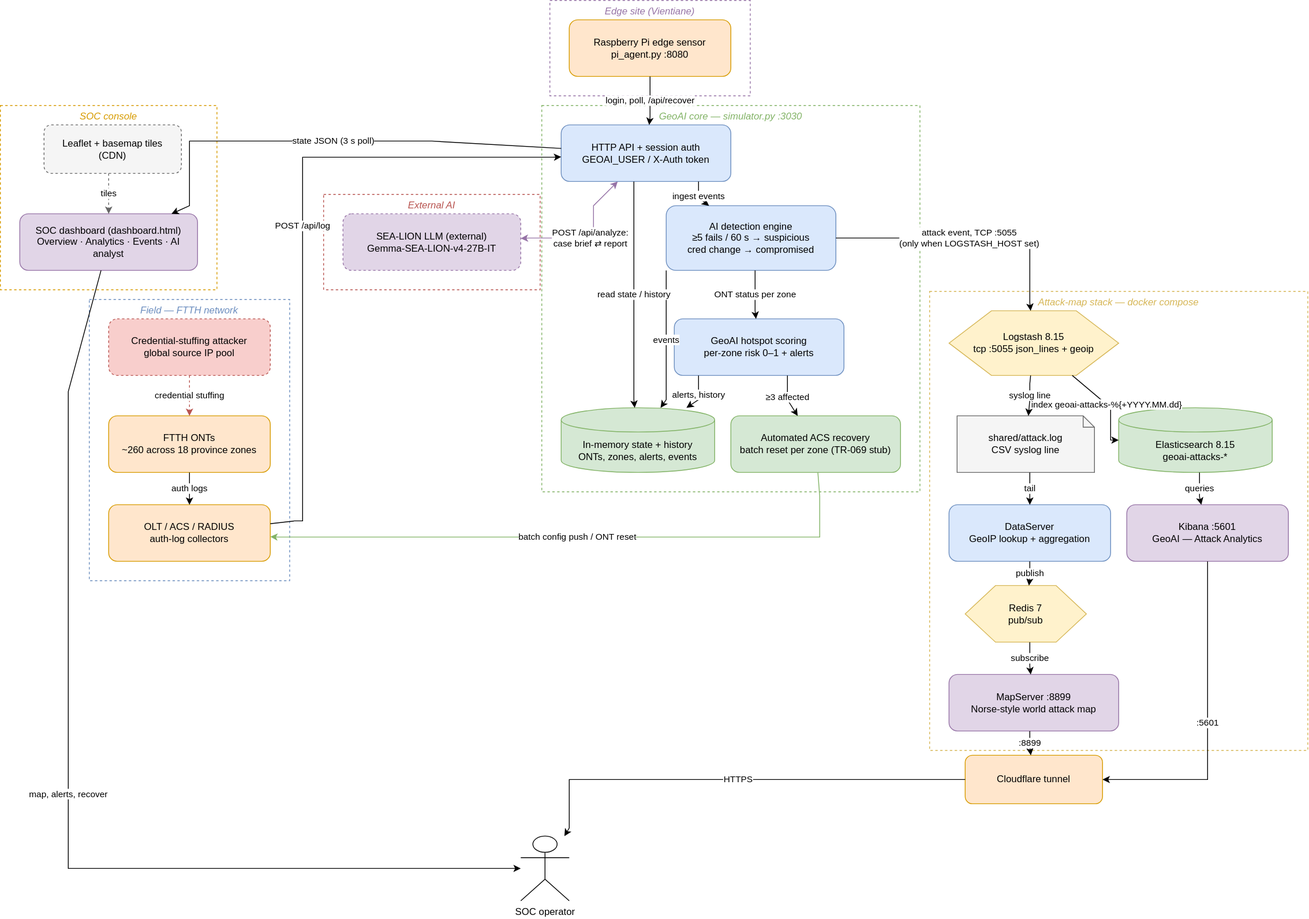
Earlier version of the draw.io export docs/architecture.svg (phonepadith/HACK_LA_127). Source tidied: cells renumbered, new cells last; positions are measured from the earlier drawing's top-left corner, leaving out a move shared by most shapes.
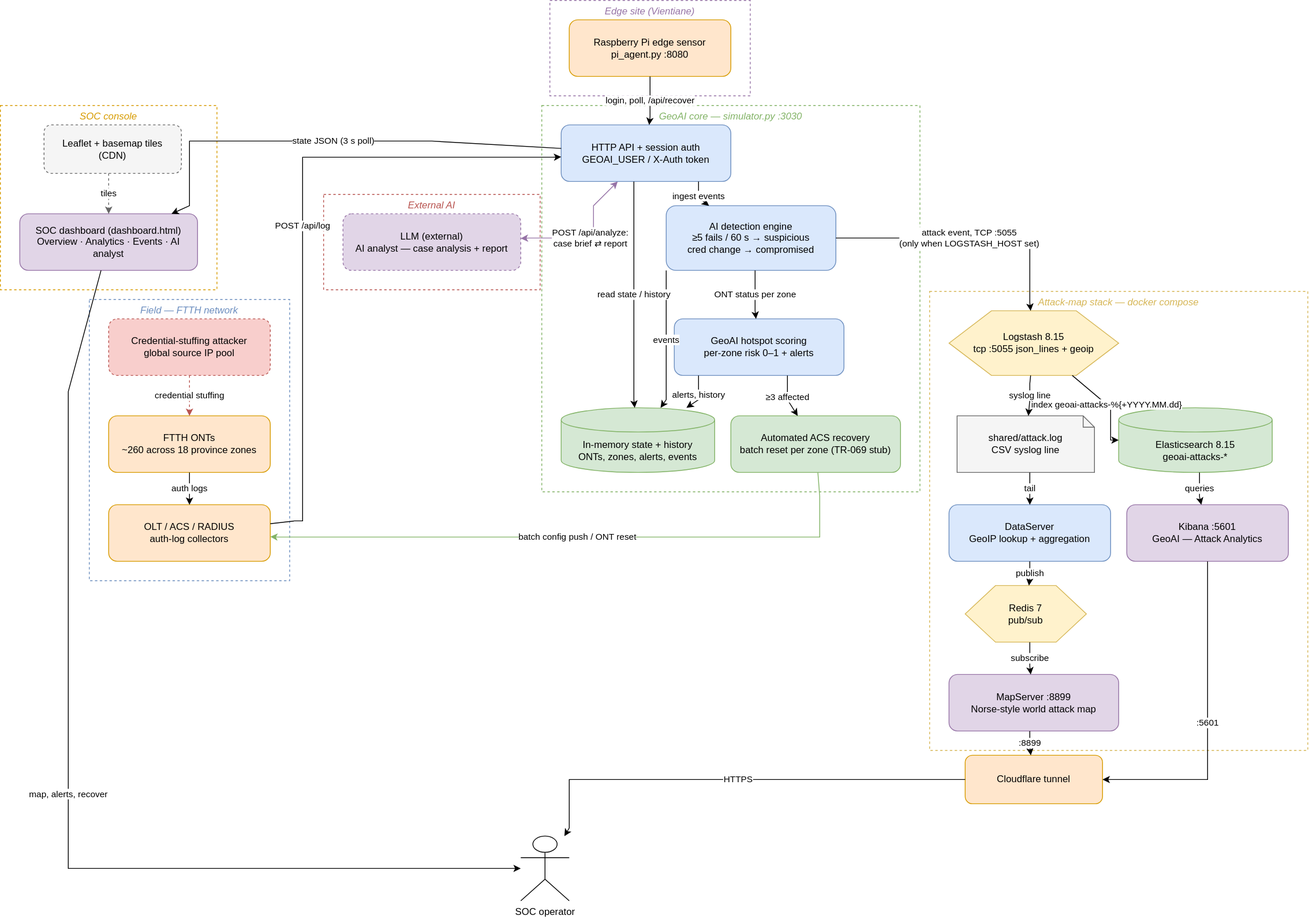
The same diagram one commit later.

Commit message:
Architecture diagram: label the external model generically as LLM

The edit, as a diff of the source:
```diff
@@ -35,7 +35,7 @@
     <mxCell id="12" value="External AI" style="rounded=0;whiteSpace=wrap;html=1;fillColor=none;strokeColor=#b85450;fontColor=#b85450;verticalAlign=top;fontStyle=2;dashed=1;" parent="1" vertex="1">
       <mxGeometry x="400" y="240" width="268" height="118" as="geometry" />
     </mxCell>
-    <mxCell id="13" value="SEA-LION LLM (external)&#10;Gemma-SEA-LION-v4-27B-IT" style="rounded=1;whiteSpace=wrap;html=1;dashed=1;fillColor=#e1d5e7;strokeColor=#9673a6;" parent="12" vertex="1">
+    <mxCell id="13" value="LLM (external)&#10;AI analyst — case analysis + report" style="rounded=1;whiteSpace=wrap;html=1;dashed=1;fillColor=#e1d5e7;strokeColor=#9673a6;" parent="12" vertex="1">
       <mxGeometry x="24" y="24" width="220" height="70" as="geometry" />
     </mxCell>
     <mxCell id="14" value="Field — FTTH network" style="rounded=0;whiteSpace=wrap;html=1;fillColor=none;strokeColor=#6c8ebf;fontColor=#6c8ebf;verticalAlign=top;fontStyle=2;dashed=1;" parent="1" vertex="1">
```
